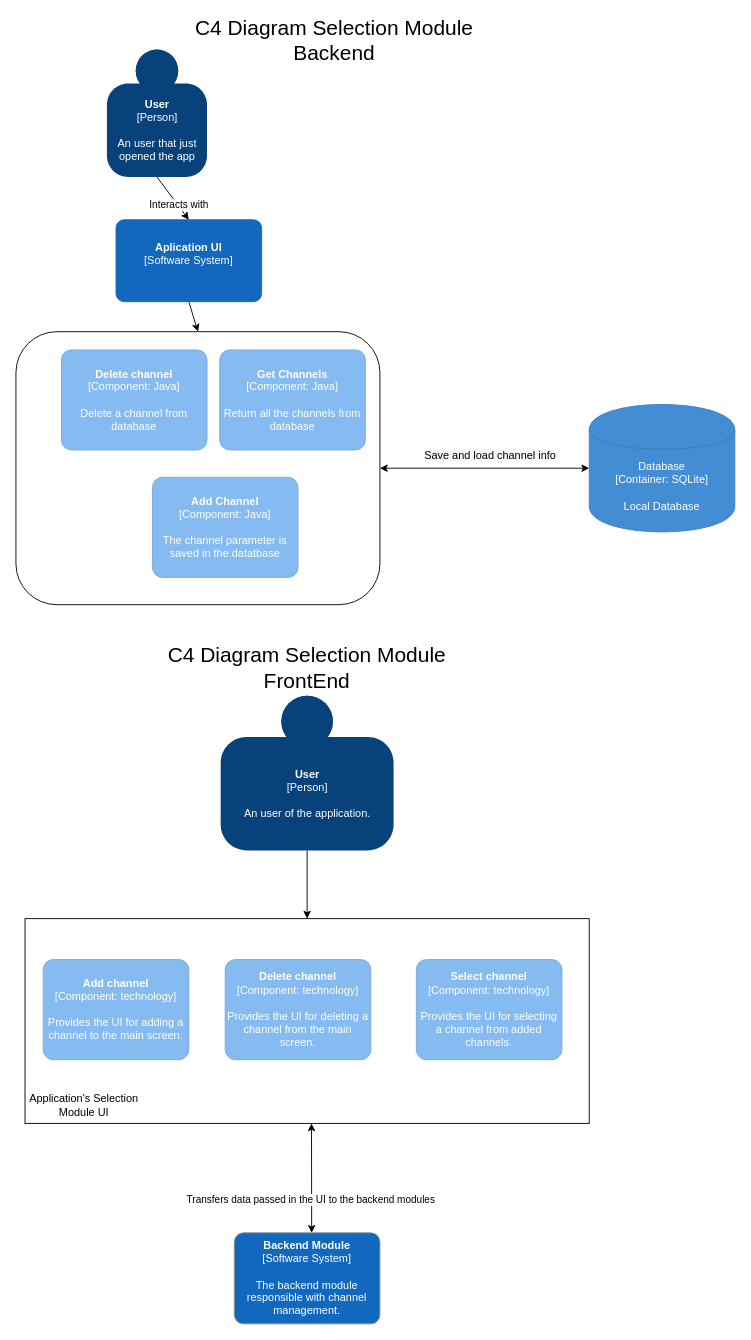
Above: page "Channel Management Module" (2 of 4) of Diagrama_Finala_IP.drawio in HristeaIonut/Morse-Diagrams (draw.io), before the change. Source tidied: cells renumbered, new cells numbered last; positions are measured from the earlier drawing's top-left corner, leaving out a move shared by most shapes. Both pictures are drawn from the tidied source at 91%, with x=0, y=0 at pixel (15, 31).
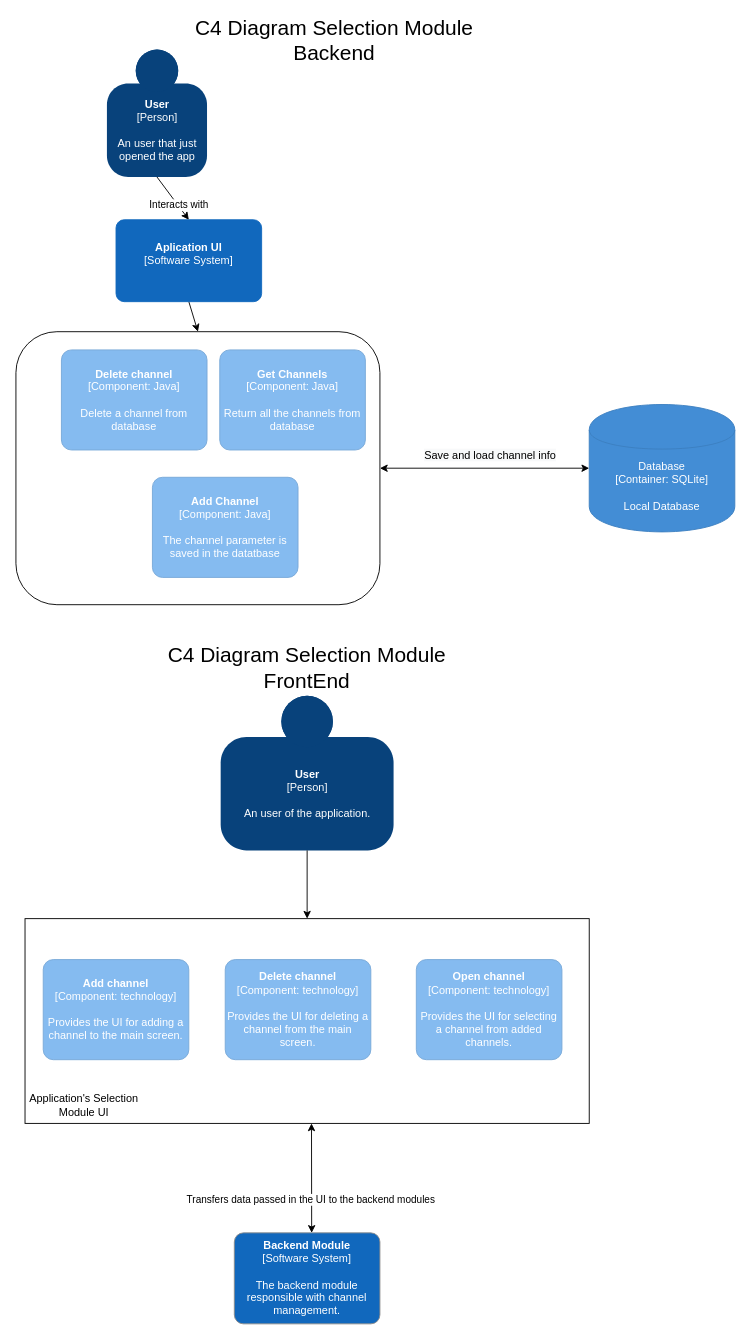
The same page after the edit.

Diff of the diagram source:
```diff
@@
-    <object id="17" label="&lt;b&gt;%c4Name%&lt;/b&gt;&lt;div&gt;[%c4Type%: %c4Technology%]&lt;/div&gt;&lt;br&gt;&lt;div&gt;%c4Description%&lt;/div&gt;" c4Description="Provides the UI for selecting a channel from added channels." c4Name="Select channel" c4Technology="technology" c4Type="Component" placeholders="1">
+    <object id="17" label="&lt;b&gt;%c4Name%&lt;/b&gt;&lt;div&gt;[%c4Type%: %c4Technology%]&lt;/div&gt;&lt;br&gt;&lt;div&gt;%c4Description%&lt;/div&gt;" c4Description="Provides the UI for selecting a channel from added channels." c4Name="Open channel" c4Technology="technology" c4Type="Component" placeholders="1">
       <mxCell style="rounded=1;whiteSpace=wrap;html=1;labelBackgroundColor=none;fillColor=#85BBF0;fontColor=#ffffff;align=center;arcSize=10;strokeColor=#78A8D8;metaData={&quot;c4Type&quot;:{&quot;editable&quot;:false}};" parent="1" vertex="1">
         <mxGeometry x="440" y="1020" width="160" height="110" as="geometry" />
       </mxCell>
     </object>
```
